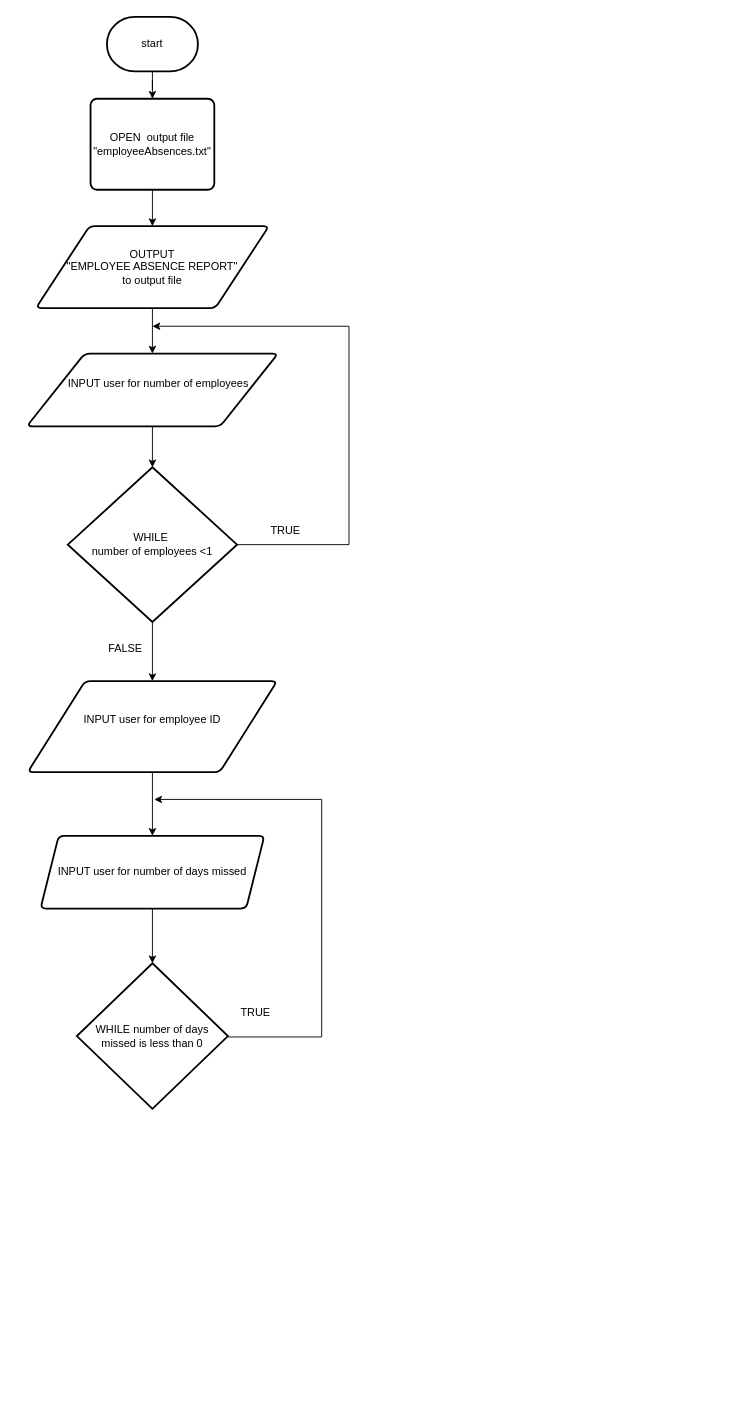
Above: Untitled Diagram.drawio in heritovo/flowcharts (draw.io), before the change. Source tidied: cells renumbered, new cells numbered last; positions are measured from the earlier drawing's top-left corner, leaving out a move shared by most shapes. Both pictures are drawn from the tidied source at 91%, with x=0, y=0 at pixel (26, 16).
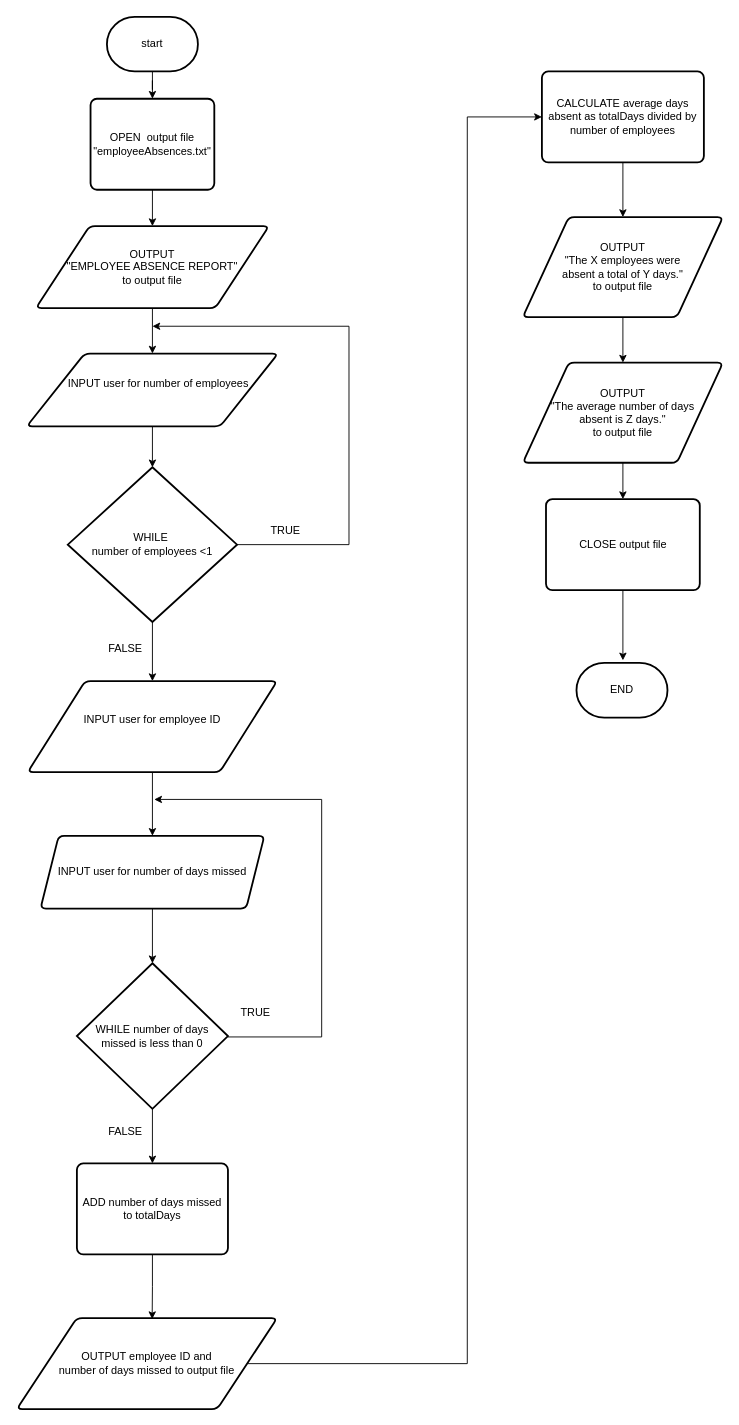
Above is the later version.

Unchanged cells that the change refers to:
```xml
<mxCell id="19" value="WHILE number of days missed is less than 0" style="strokeWidth=2;html=1;shape=mxgraph.flowchart.decision;whiteSpace=wrap;" parent="1" vertex="1">
  <mxGeometry x="55" y="1040" width="166" height="160" as="geometry" />
</mxCell>
```

Diff of the diagram source:
```diff
@@
+    <mxCell id="22" style="edgeStyle=orthogonalEdgeStyle;rounded=0;jettySize=auto;html=1;exitX=0.5;exitY=1;exitDx=0;exitDy=0;exitPerimeter=0;entryX=0.5;entryY=0;entryDx=0;entryDy=0;" parent="1" edge="1" source="19" target="23">
+      <mxGeometry relative="1" as="geometry" />
+    </mxCell>
@@
+    <mxCell id="23" value="ADD number of days missed to totalDays" style="rounded=1;whiteSpace=wrap;html=1;absoluteArcSize=1;arcSize=14;strokeWidth=2;" parent="1" vertex="1">
+      <mxGeometry x="55" y="1260" width="166" height="100" as="geometry" />
+    </mxCell>
+    <mxCell id="24" style="edgeStyle=orthogonalEdgeStyle;rounded=0;jettySize=auto;html=1;exitX=1;exitY=0.5;exitDx=0;exitDy=0;" parent="1" edge="1" source="25" target="29">
+      <mxGeometry relative="1" as="geometry">
+        <Array as="points">
+          <mxPoint x="484" y="1480" />
+          <mxPoint x="484" y="110" />
+        </Array>
+      </mxGeometry>
+    </mxCell>
+    <mxCell id="25" value="OUTPUT employee ID and &lt;br&gt;number of days missed to output file" style="shape=parallelogram;html=1;strokeWidth=2;perimeter=parallelogramPerimeter;whiteSpace=wrap;rounded=1;arcSize=12;size=0.23;" parent="1" vertex="1">
+      <mxGeometry x="-11" y="1430" width="286" height="100" as="geometry" />
+    </mxCell>
+    <mxCell id="26" style="edgeStyle=orthogonalEdgeStyle;rounded=0;jettySize=auto;html=1;exitX=0.5;exitY=1;exitDx=0;exitDy=0;entryX=0.52;entryY=0.011;entryDx=0;entryDy=0;entryPerimeter=0;" parent="1" edge="1" source="23" target="25">
+      <mxGeometry relative="1" as="geometry" />
+    </mxCell>
+    <mxCell id="27" value="FALSE" style="text;html=1;align=center;verticalAlign=middle;strokeColor=none;fillColor=none;" parent="1" vertex="1">
+      <mxGeometry x="78" y="1210" width="60" height="30" as="geometry" />
+    </mxCell>
+    <mxCell id="28" style="edgeStyle=orthogonalEdgeStyle;rounded=0;jettySize=auto;html=1;exitX=0.5;exitY=1;exitDx=0;exitDy=0;entryX=0.5;entryY=0;entryDx=0;entryDy=0;" parent="1" edge="1" source="29" target="31">
+      <mxGeometry relative="1" as="geometry" />
+    </mxCell>
+    <mxCell id="29" value="CALCULATE average days absent as totalDays divided by number of employees" style="rounded=1;whiteSpace=wrap;html=1;absoluteArcSize=1;arcSize=14;strokeWidth=2;" parent="1" vertex="1">
+      <mxGeometry x="566" y="60" width="178" height="100" as="geometry" />
+    </mxCell>
+    <mxCell id="30" style="edgeStyle=orthogonalEdgeStyle;rounded=0;jettySize=auto;html=1;exitX=0.5;exitY=1;exitDx=0;exitDy=0;entryX=0.5;entryY=0;entryDx=0;entryDy=0;" parent="1" edge="1" source="31" target="33">
+      <mxGeometry relative="1" as="geometry" />
+    </mxCell>
+    <mxCell id="31" value="OUTPUT &lt;br&gt;&quot;The X employees were &lt;br&gt;absent a total of Y days.&quot; &lt;br&gt;to output file" style="shape=parallelogram;html=1;strokeWidth=2;perimeter=parallelogramPerimeter;whiteSpace=wrap;rounded=1;arcSize=12;size=0.23;" parent="1" vertex="1">
+      <mxGeometry x="545" y="220" width="220" height="110" as="geometry" />
+    </mxCell>
+    <mxCell id="32" style="edgeStyle=orthogonalEdgeStyle;rounded=0;jettySize=auto;html=1;exitX=0.5;exitY=1;exitDx=0;exitDy=0;entryX=0.5;entryY=0;entryDx=0;entryDy=0;" parent="1" edge="1" source="33" target="35">
+      <mxGeometry relative="1" as="geometry" />
+    </mxCell>
+    <mxCell id="33" value="OUTPUT &lt;br&gt;&quot;The average number of days &lt;br&gt;absent is Z days.&quot; &lt;br&gt;to output file" style="shape=parallelogram;html=1;strokeWidth=2;perimeter=parallelogramPerimeter;whiteSpace=wrap;rounded=1;arcSize=12;size=0.23;" parent="1" vertex="1">
+      <mxGeometry x="545" y="380" width="220" height="110" as="geometry" />
+    </mxCell>
+    <mxCell id="34" style="edgeStyle=orthogonalEdgeStyle;rounded=0;jettySize=auto;html=1;exitX=0.5;exitY=1;exitDx=0;exitDy=0;entryX=0.51;entryY=-0.047;entryDx=0;entryDy=0;entryPerimeter=0;" parent="1" edge="1" source="35" target="36">
+      <mxGeometry relative="1" as="geometry" />
+    </mxCell>
+    <mxCell id="35" value="CLOSE output file" style="rounded=1;whiteSpace=wrap;html=1;absoluteArcSize=1;arcSize=14;strokeWidth=2;" parent="1" vertex="1">
+      <mxGeometry x="570.5" y="530" width="169" height="100" as="geometry" />
+    </mxCell>
+    <mxCell id="36" value="END" style="strokeWidth=2;html=1;shape=mxgraph.flowchart.terminator;whiteSpace=wrap;" parent="1" vertex="1">
+      <mxGeometry x="604" y="710" width="100" height="60" as="geometry" />
+    </mxCell>
```
